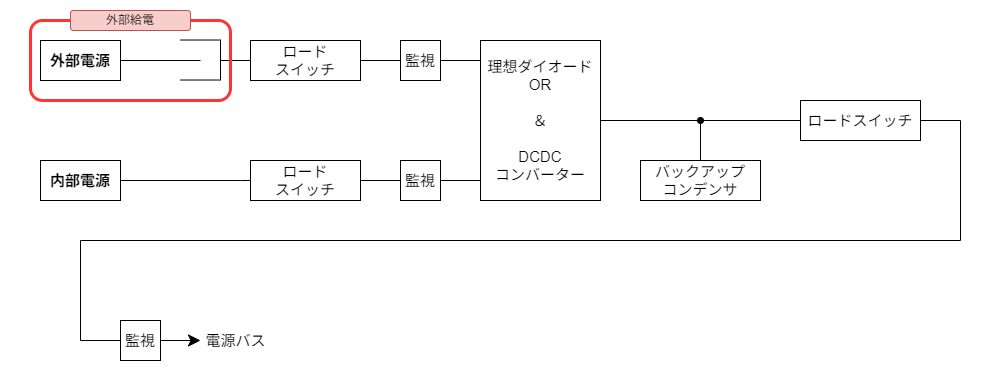
Above: Document/BlockDiagram/PowerSystemDiagram.png in tokai-student-rocket-project/H-62-Avionics (draw.io), before the change. Source tidied: cells renumbered, new cells last; positions are measured from the earlier drawing's top-left corner, leaving out a move shared by most shapes.
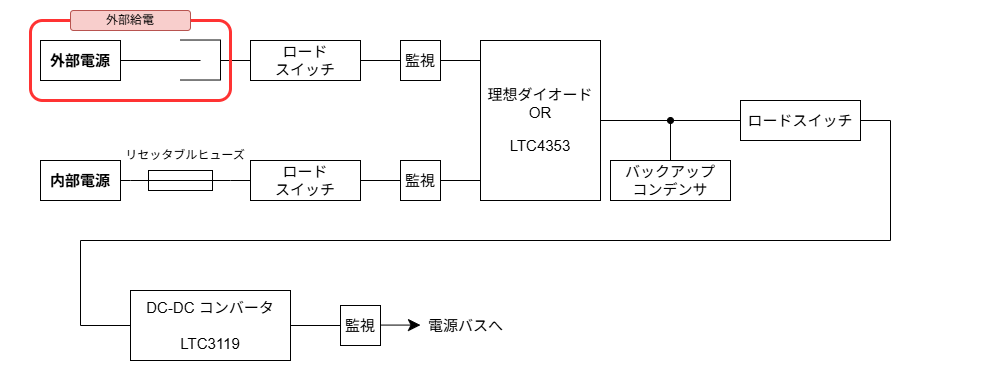
The same file after the commit.

The edit, as a diff of the source:
```diff
@@ -16,11 +16,6 @@
         <mxPoint x="200" y="60" as="targetPoint" />
       </mxGeometry>
     </mxCell>
-    <mxCell id="6" style="endArrow=none;html=1;exitX=1;exitY=0.5;exitDx=0;exitDy=0;" parent="1" edge="1" source="4">
-      <mxGeometry relative="1" as="geometry">
-        <mxPoint x="240" y="180" as="targetPoint" />
-      </mxGeometry>
-    </mxCell>
     <mxCell id="7" style="endArrow=none;html=1;" parent="1" edge="1">
       <mxGeometry relative="1" as="geometry">
         <mxPoint x="220" y="39.5" as="sourcePoint" />
@@ -77,7 +72,7 @@
     <mxCell id="20" style="edgeStyle=none;html=1;entryX=0;entryY=0.5;entryDx=0;entryDy=0;endArrow=none;endFill=0;" parent="1" edge="1" source="21" target="25">
       <mxGeometry relative="1" as="geometry" />
     </mxCell>
-    <mxCell id="21" value="&lt;font style=&quot;font-size: 15px;&quot;&gt;理想ダイオードOR&lt;/font&gt;&lt;div&gt;&lt;span style=&quot;font-size: 15px;&quot;&gt;&lt;br&gt;&lt;/span&gt;&lt;div&gt;&lt;font style=&quot;font-size: 15px;&quot;&gt;＆&lt;/font&gt;&lt;/div&gt;&lt;div&gt;&lt;font style=&quot;font-size: 15px;&quot;&gt;&lt;br&gt;&lt;/font&gt;&lt;/div&gt;&lt;div&gt;&lt;font style=&quot;font-size: 15px;&quot;&gt;DCDC&lt;/font&gt;&lt;/div&gt;&lt;div&gt;&lt;font style=&quot;font-size: 15px;&quot;&gt;コンバーター&lt;/font&gt;&lt;/div&gt;&lt;/div&gt;" style="rounded=0;whiteSpace=wrap;html=1;" parent="1" vertex="1">
+    <mxCell id="21" value="&lt;font style=&quot;font-size: 15px;&quot;&gt;理想ダイオードOR&lt;/font&gt;&lt;div&gt;&lt;br&gt;&lt;/div&gt;&lt;div&gt;&lt;span style=&quot;font-size: 15px;&quot;&gt;LTC4353&lt;/span&gt;&lt;/div&gt;" style="rounded=0;whiteSpace=wrap;html=1;" parent="1" vertex="1">
       <mxGeometry x="480" y="40" width="120" height="160" as="geometry" />
     </mxCell>
     <mxCell id="22" style="edgeStyle=none;html=1;entryX=0;entryY=0.875;entryDx=0;entryDy=0;entryPerimeter=0;endArrow=none;endFill=0;" parent="1" edge="1" source="19" target="21">
@@ -85,33 +80,33 @@
     </mxCell>
     <mxCell id="23" style="edgeStyle=none;html=1;endArrow=oval;endFill=1;" parent="1" edge="1" source="24">
       <mxGeometry relative="1" as="geometry">
-        <mxPoint x="700" y="120" as="targetPoint" />
+        <mxPoint x="670" y="120" as="targetPoint" />
       </mxGeometry>
     </mxCell>
     <mxCell id="24" value="&lt;font style=&quot;font-size: 15px;&quot;&gt;バックアップ&lt;/font&gt;&lt;div&gt;&lt;font style=&quot;font-size: 15px;&quot;&gt;コンデンサ&lt;/font&gt;&lt;/div&gt;" style="rounded=0;whiteSpace=wrap;html=1;" parent="1" vertex="1">
-      <mxGeometry x="640" y="160" width="120" height="40" as="geometry" />
+      <mxGeometry x="610" y="160" width="120" height="40" as="geometry" />
     </mxCell>
     <mxCell id="25" value="&lt;font style=&quot;font-size: 15px;&quot;&gt;ロードスイッチ&lt;/font&gt;" style="rounded=0;whiteSpace=wrap;html=1;" parent="1" vertex="1">
-      <mxGeometry x="800" y="100" width="120" height="40" as="geometry" />
+      <mxGeometry x="740" y="100" width="120" height="40" as="geometry" />
     </mxCell>
     <mxCell id="26" style="endArrow=none;html=1;exitX=1;exitY=0.5;exitDx=0;exitDy=0;" parent="1" edge="1" source="25">
       <mxGeometry relative="1" as="geometry">
-        <mxPoint x="960" y="120" as="targetPoint" />
+        <mxPoint x="890" y="120" as="targetPoint" />
       </mxGeometry>
     </mxCell>
     <mxCell id="27" style="endArrow=none;html=1;" parent="1" edge="1">
       <mxGeometry relative="1" as="geometry">
-        <mxPoint x="960" y="240" as="sourcePoint" />
-        <mxPoint x="960" y="120" as="targetPoint" />
+        <mxPoint x="890" y="240" as="sourcePoint" />
+        <mxPoint x="890" y="120" as="targetPoint" />
       </mxGeometry>
     </mxCell>
     <mxCell id="28" style="endArrow=none;html=1;" parent="1" edge="1">
       <mxGeometry relative="1" as="geometry">
-        <mxPoint x="960" y="240" as="sourcePoint" />
+        <mxPoint x="890" y="240" as="sourcePoint" />
         <mxPoint x="80" y="240" as="targetPoint" />
       </mxGeometry>
     </mxCell>
-    <mxCell id="29" style="endArrow=none;html=1;rounded=0;strokeWidth=1;edgeStyle=elbowEdgeStyle;exitX=0;exitY=0.5;exitDx=0;exitDy=0;" parent="1" edge="1" source="31">
+    <mxCell id="29" style="endArrow=none;html=1;rounded=0;strokeWidth=1;edgeStyle=elbowEdgeStyle;exitX=0;exitY=0.5;exitDx=0;exitDy=0;" parent="1" edge="1" source="40">
       <mxGeometry relative="1" as="geometry">
         <mxPoint x="80" y="240" as="targetPoint" />
         <Array as="points">
@@ -119,16 +114,17 @@
         </Array>
       </mxGeometry>
     </mxCell>
-    <mxCell id="30" style="edgeStyle=none;html=1;strokeWidth=1;endSize=10;" parent="1" edge="1" source="31">
+    <mxCell id="30" style="edgeStyle=none;html=1;strokeWidth=1;endSize=10;" parent="1" edge="1">
       <mxGeometry relative="1" as="geometry">
-        <mxPoint x="200" y="340" as="targetPoint" />
+        <mxPoint x="380" y="324.6" as="sourcePoint" />
+        <mxPoint x="420" y="324.6" as="targetPoint" />
       </mxGeometry>
     </mxCell>
     <mxCell id="31" value="&lt;font style=&quot;font-size: 15px;&quot;&gt;監視&lt;/font&gt;" style="rounded=0;whiteSpace=wrap;html=1;" parent="1" vertex="1">
-      <mxGeometry x="120" y="320" width="40" height="40" as="geometry" />
+      <mxGeometry x="340" y="305" width="40" height="40" as="geometry" />
     </mxCell>
-    <mxCell id="32" value="&lt;font style=&quot;font-size: 15px;&quot;&gt;電源バス&lt;/font&gt;" style="text;html=1;align=center;verticalAlign=middle;strokeColor=none;fillColor=none;" parent="1" vertex="1">
-      <mxGeometry x="195" y="325" width="80" height="30" as="geometry" />
+    <mxCell id="32" value="&lt;font style=&quot;font-size: 15px;&quot;&gt;電源バスへ&lt;/font&gt;" style="text;html=1;align=center;verticalAlign=middle;strokeColor=none;fillColor=none;" parent="1" vertex="1">
+      <mxGeometry x="415" y="310" width="100" height="30" as="geometry" />
     </mxCell>
     <mxCell id="33" style="rounded=1;whiteSpace=wrap;html=1;fillColor=none;strokeColor=#FF3333;strokeWidth=3;" parent="1" vertex="1">
       <mxGeometry x="30" y="20" width="200" height="80" as="geometry" />
@@ -136,5 +132,23 @@
     <mxCell id="34" value="外部給電" style="rounded=1;whiteSpace=wrap;html=1;fillColor=#f8cecc;strokeColor=#b85450;" parent="1" vertex="1">
       <mxGeometry x="70" y="10" width="120" height="20" as="geometry" />
     </mxCell>
+    <mxCell id="35" style="edgeStyle=none;html=1;endArrow=none;endFill=0;" parent="1" edge="1" source="37" target="4">
+      <mxGeometry relative="1" as="geometry" />
+    </mxCell>
+    <mxCell id="36" style="edgeStyle=none;html=1;endArrow=none;endFill=0;" parent="1" edge="1" source="37" target="13">
+      <mxGeometry relative="1" as="geometry" />
+    </mxCell>
+    <mxCell id="37" style="verticalLabelPosition=bottom;shadow=0;dashed=0;align=center;html=1;verticalAlign=top;shape=mxgraph.electrical.miscellaneous.fuse_2;" parent="1" vertex="1">
+      <mxGeometry x="130" y="170" width="100" height="20" as="geometry" />
+    </mxCell>
+    <mxCell id="38" value="リセッタブルヒューズ" style="text;html=1;align=center;verticalAlign=middle;whiteSpace=wrap;rounded=0;" parent="1" vertex="1">
+      <mxGeometry x="120" y="140" width="130" height="30" as="geometry" />
+    </mxCell>
+    <mxCell id="39" style="edgeStyle=none;html=1;entryX=0;entryY=0.5;entryDx=0;entryDy=0;endArrow=none;endFill=0;" parent="1" edge="1" source="40" target="31">
+      <mxGeometry relative="1" as="geometry" />
+    </mxCell>
+    <mxCell id="40" value="&lt;span style=&quot;font-size: 15px;&quot;&gt;DC-DC コンバータ&lt;/span&gt;&lt;div&gt;&lt;span style=&quot;font-size: 15px;&quot;&gt;&lt;br&gt;&lt;/span&gt;&lt;/div&gt;&lt;div&gt;&lt;span style=&quot;font-size: 15px;&quot;&gt;LTC3119&lt;/span&gt;&lt;/div&gt;" style="rounded=0;whiteSpace=wrap;html=1;" parent="1" vertex="1">
+      <mxGeometry x="130" y="290" width="160" height="70" as="geometry" />
+    </mxCell>
   </root>
 </mxGraphModel>
```
